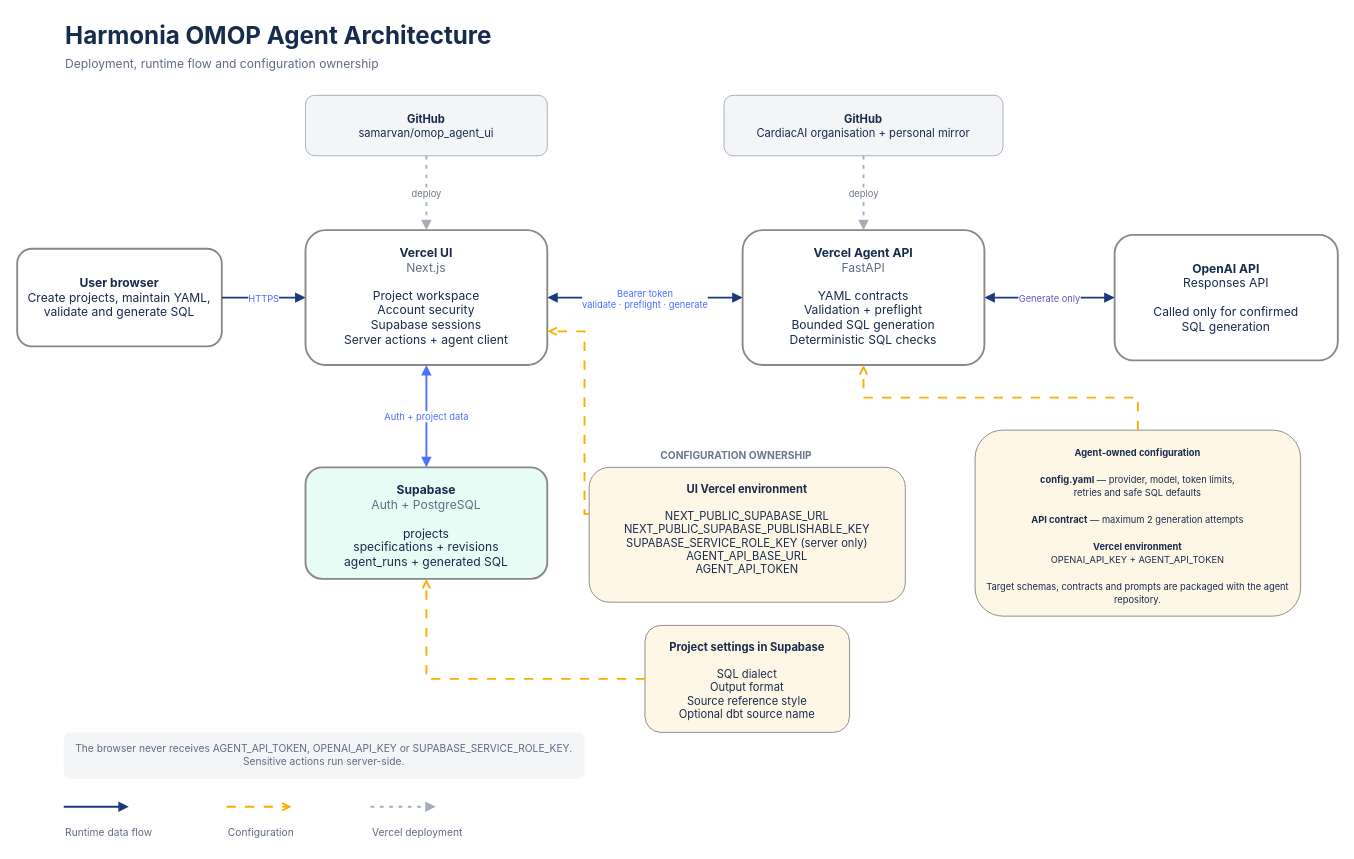
The draw.io diagram page "Architecture" (2 of 2) of docs/harmonia_omop_architecture.drawio in samarvan-unsw/harmonia_omop_etl_agent, before the edit. Source tidied: cells renumbered, new cells numbered last; positions are measured from the earlier drawing's top-left corner, leaving out a move shared by most shapes. Both pictures are drawn from the tidied source at 93%, with x=0, y=0 at pixel (17, 16).
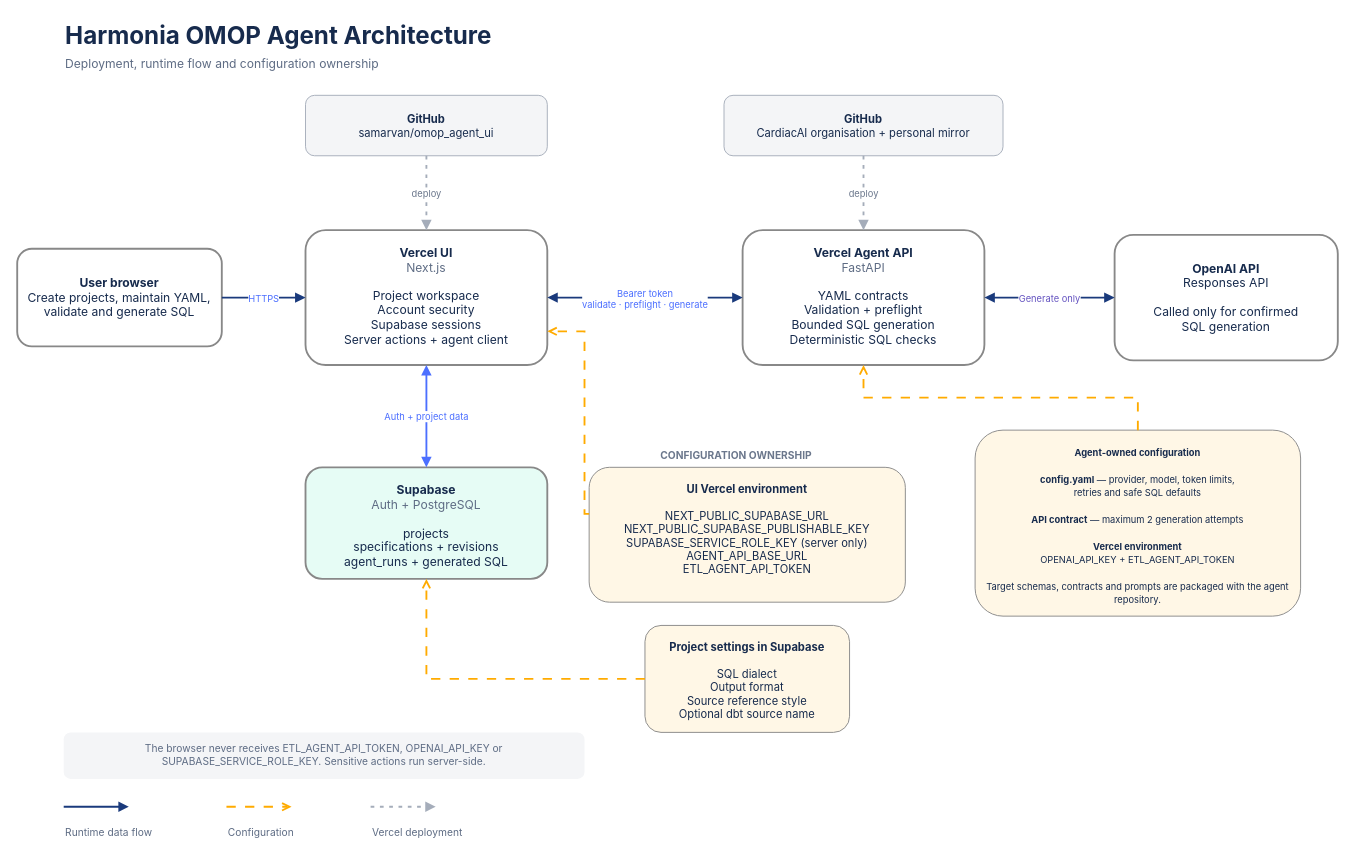
The same diagram, later.

Commit message (it also covers changes not shown here):
renamed AGENT_API_TOKEN to ETL_AGENT_API_TOKEN

What changed in the source:
```diff
@@
-    <mxCell id="12" value="&lt;b&gt;UI Vercel environment&lt;/b&gt;&lt;br&gt;&lt;br&gt;NEXT_PUBLIC_SUPABASE_URL&lt;br&gt;NEXT_PUBLIC_SUPABASE_PUBLISHABLE_KEY&lt;br&gt;SUPABASE_SERVICE_ROLE_KEY (server only)&lt;br&gt;AGENT_API_BASE_URL&lt;br&gt;AGENT_API_TOKEN" style="rounded=1;whiteSpace=wrap;html=1;fillColor=#FFF7E6;strokeColor=#888888;fontColor=#172B4D;fontFamily=Inter;fontSize=12;spacing=12;verticalAlign=top;" parent="1" vertex="1">
+    <mxCell id="12" value="&lt;b&gt;UI Vercel environment&lt;/b&gt;&lt;br&gt;&lt;br&gt;NEXT_PUBLIC_SUPABASE_URL&lt;br&gt;NEXT_PUBLIC_SUPABASE_PUBLISHABLE_KEY&lt;br&gt;SUPABASE_SERVICE_ROLE_KEY (server only)&lt;br&gt;AGENT_API_BASE_URL&lt;br&gt;ETL_AGENT_API_TOKEN" style="rounded=1;whiteSpace=wrap;html=1;fillColor=#FFF7E6;strokeColor=#888888;fontColor=#172B4D;fontFamily=Inter;fontSize=12;spacing=12;verticalAlign=top;" parent="1" vertex="1">
       <mxGeometry x="615" y="485" width="340" height="145" as="geometry" />
     </mxCell>
@@
-    <mxCell id="14" value="&lt;font style=&quot;font-size: 10px;&quot;&gt;&lt;b style=&quot;&quot;&gt;Agent-owned configuration&lt;/b&gt;&lt;br&gt;&lt;br&gt;&lt;b style=&quot;&quot;&gt;config.yaml&lt;/b&gt; — provider, model, token limits,&lt;br&gt;retries and safe SQL defaults&lt;br&gt;&lt;br&gt;&lt;b style=&quot;&quot;&gt;API contract&lt;/b&gt; — maximum 2 generation attempts&lt;br&gt;&lt;br&gt;&lt;b style=&quot;&quot;&gt;Vercel environment&lt;/b&gt;&lt;br&gt;OPENAI_API_KEY + AGENT_API_TOKEN&lt;br&gt;&lt;br&gt;Target schemas, contracts and prompts are packaged with the agent repository.&lt;/font&gt;" style="rounded=1;whiteSpace=wrap;html=1;fillColor=#FFF7E6;strokeColor=#888888;fontColor=#172B4D;fontFamily=Inter;fontSize=12;spacing=12;verticalAlign=top;" parent="1" vertex="1">
+    <mxCell id="14" value="&lt;font style=&quot;font-size: 10px;&quot;&gt;&lt;b style=&quot;&quot;&gt;Agent-owned configuration&lt;/b&gt;&lt;br&gt;&lt;br&gt;&lt;b style=&quot;&quot;&gt;config.yaml&lt;/b&gt; — provider, model, token limits,&lt;br&gt;retries and safe SQL defaults&lt;br&gt;&lt;br&gt;&lt;b style=&quot;&quot;&gt;API contract&lt;/b&gt; — maximum 2 generation attempts&lt;br&gt;&lt;br&gt;&lt;b style=&quot;&quot;&gt;Vercel environment&lt;/b&gt;&lt;br&gt;OPENAI_API_KEY + ETL_AGENT_API_TOKEN&lt;br&gt;&lt;br&gt;Target schemas, contracts and prompts are packaged with the agent repository.&lt;/font&gt;" style="rounded=1;whiteSpace=wrap;html=1;fillColor=#FFF7E6;strokeColor=#888888;fontColor=#172B4D;fontFamily=Inter;fontSize=12;spacing=12;verticalAlign=top;" parent="1" vertex="1">
       <mxGeometry x="1030" y="445" width="350" height="200" as="geometry" />
     </mxCell>
-    <mxCell id="15" value="The browser never receives AGENT_API_TOKEN, OPENAI_API_KEY or SUPABASE_SERVICE_ROLE_KEY. Sensitive actions run server-side." style="rounded=1;whiteSpace=wrap;html=1;fillColor=#F4F5F7;strokeColor=none;fontColor=#5E6C84;fontFamily=Inter;fontSize=11;spacing=8;align=center;" parent="1" vertex="1">
+    <mxCell id="15" value="The browser never receives ETL_AGENT_API_TOKEN, OPENAI_API_KEY or SUPABASE_SERVICE_ROLE_KEY. Sensitive actions run server-side." style="rounded=1;whiteSpace=wrap;html=1;fillColor=#F4F5F7;strokeColor=none;fontColor=#5E6C84;fontFamily=Inter;fontSize=11;spacing=8;align=center;" parent="1" vertex="1">
       <mxGeometry x="50" y="770" width="560" height="50" as="geometry" />
     </mxCell>
```
